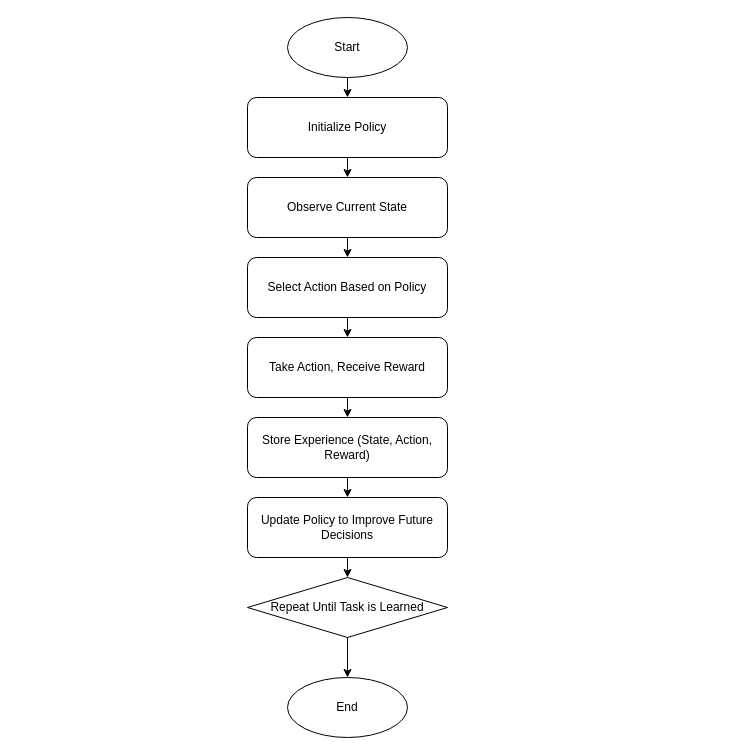
Above: Untitled Diagram.drawio in Dheerajsyz/CS370 (draw.io), before the change. Source tidied: cells renumbered, new cells numbered last; positions are measured from the earlier drawing's top-left corner, leaving out a move shared by most shapes. Both pictures are drawn from the tidied source at 100%, with x=0, y=0 at pixel (247, 17).
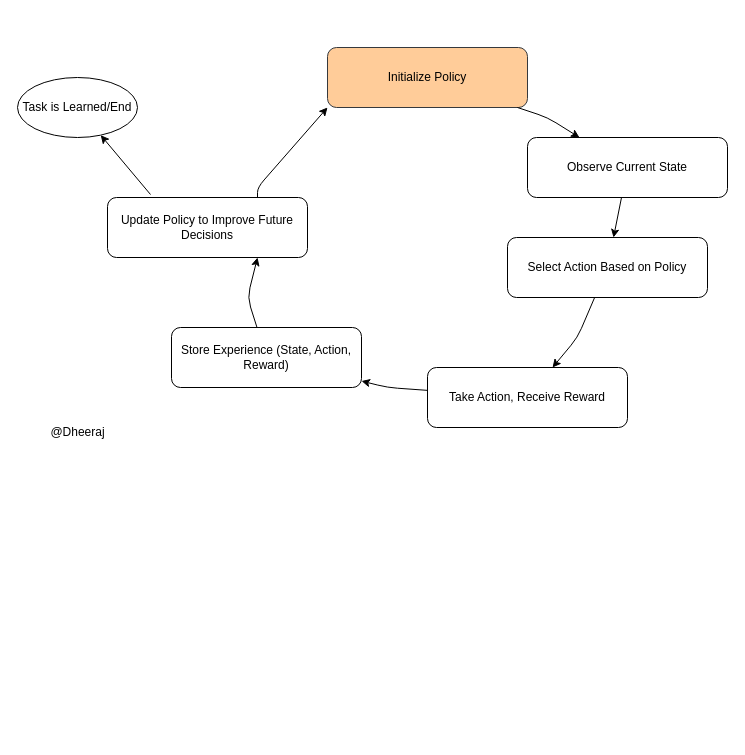
Above is the later version.

Change to the diagram source:
```diff
@@
-    <mxCell id="2" value="Start" style="ellipse;whiteSpace=wrap;html=1;" parent="1" vertex="1">
-      <mxGeometry x="40" width="120" height="60" as="geometry" />
-    </mxCell>
-    <mxCell id="3" value="Initialize Policy" style="rounded=1;whiteSpace=wrap;html=1;" parent="1" vertex="1">
-      <mxGeometry y="80" width="200" height="60" as="geometry" />
+    <mxCell id="3" value="Initialize Policy" style="rounded=1;whiteSpace=wrap;html=1;fillColor=#ffcc99;strokeColor=#36393d;" parent="1" vertex="1">
+      <mxGeometry x="80" y="30" width="200" height="60" as="geometry" />
     </mxCell>
     <mxCell id="4" value="Observe Current State" style="rounded=1;whiteSpace=wrap;html=1;" parent="1" vertex="1">
-      <mxGeometry y="160" width="200" height="60" as="geometry" />
+      <mxGeometry x="280" y="120" width="200" height="60" as="geometry" />
     </mxCell>
     <mxCell id="5" value="Select Action Based on Policy" style="rounded=1;whiteSpace=wrap;html=1;" parent="1" vertex="1">
-      <mxGeometry y="240" width="200" height="60" as="geometry" />
+      <mxGeometry x="260" y="220" width="200" height="60" as="geometry" />
     </mxCell>
     <mxCell id="6" value="Take Action, Receive Reward" style="rounded=1;whiteSpace=wrap;html=1;" parent="1" vertex="1">
-      <mxGeometry y="320" width="200" height="60" as="geometry" />
+      <mxGeometry x="180" y="350" width="200" height="60" as="geometry" />
     </mxCell>
     <mxCell id="7" value="Store Experience (State, Action, Reward)" style="rounded=1;whiteSpace=wrap;html=1;" parent="1" vertex="1">
-      <mxGeometry y="400" width="200" height="60" as="geometry" />
+      <mxGeometry x="-76" y="310" width="190" height="60" as="geometry" />
     </mxCell>
     <mxCell id="8" value="Update Policy to Improve Future Decisions" style="rounded=1;whiteSpace=wrap;html=1;" parent="1" vertex="1">
-      <mxGeometry y="480" width="200" height="60" as="geometry" />
+      <mxGeometry x="-140" y="180" width="200" height="60" as="geometry" />
     </mxCell>
-    <mxCell id="9" value="Repeat Until Task is Learned" style="rhombus;whiteSpace=wrap;html=1;" parent="1" vertex="1">
-      <mxGeometry y="560" width="200" height="60" as="geometry" />
-    </mxCell>
-    <mxCell id="10" value="End" style="ellipse;whiteSpace=wrap;html=1;" parent="1" vertex="1">
-      <mxGeometry x="40" y="660" width="120" height="60" as="geometry" />
+    <mxCell id="10" value="&lt;font&gt;&lt;span style=&quot;text-align: start;&quot;&gt;Task&amp;nbsp;&lt;/span&gt;&lt;span style=&quot;text-align: start;&quot; class=&quot;hljs-keyword&quot;&gt;is&lt;/span&gt;&lt;span style=&quot;text-align: start;&quot;&gt;&amp;nbsp;Learned/&lt;/span&gt;End&lt;/font&gt;" style="ellipse;whiteSpace=wrap;html=1;" parent="1" vertex="1">
+      <mxGeometry x="-230" y="60" width="120" height="60" as="geometry" />
     </mxCell>
-    <mxCell id="11" parent="1" edge="1" source="2" target="3">
-      <mxGeometry relative="1" as="geometry" />
-    </mxCell>
     <mxCell id="12" parent="1" edge="1" source="3" target="4">
-      <mxGeometry relative="1" as="geometry" />
+      <mxGeometry relative="1" as="geometry">
+        <Array as="points">
+          <mxPoint x="300" y="100" />
+        </Array>
+      </mxGeometry>
     </mxCell>
@@
     <mxCell id="14" parent="1" edge="1" source="5" target="6">
-      <mxGeometry relative="1" as="geometry" />
+      <mxGeometry relative="1" as="geometry">
+        <Array as="points">
+          <mxPoint x="330" y="320" />
+        </Array>
+      </mxGeometry>
     </mxCell>
     <mxCell id="15" parent="1" edge="1" source="6" target="7">
-      <mxGeometry relative="1" as="geometry" />
+      <mxGeometry relative="1" as="geometry">
+        <Array as="points">
+          <mxPoint x="140" y="370" />
+        </Array>
+      </mxGeometry>
     </mxCell>
-    <mxCell id="16" parent="1" edge="1" source="7" target="8">
-      <mxGeometry relative="1" as="geometry" />
+    <mxCell id="16" style="entryX=0.75;entryY=1;entryDx=0;entryDy=0;" parent="1" edge="1" source="7" target="8">
+      <mxGeometry relative="1" as="geometry">
+        <Array as="points">
+          <mxPoint y="280" />
+        </Array>
+      </mxGeometry>
     </mxCell>
-    <mxCell id="17" parent="1" edge="1" source="8" target="9">
-      <mxGeometry relative="1" as="geometry" />
+    <mxCell id="17" style="exitX=0.75;exitY=0;exitDx=0;exitDy=0;entryX=0;entryY=1;entryDx=0;entryDy=0;" parent="1" edge="1" source="8" target="3">
+      <mxGeometry relative="1" as="geometry">
+        <Array as="points">
+          <mxPoint x="10" y="170" />
+        </Array>
+      </mxGeometry>
     </mxCell>
-    <mxCell id="18" parent="1" edge="1" source="9" target="10">
+    <mxCell id="18" style="exitX=0.215;exitY=-0.05;exitDx=0;exitDy=0;exitPerimeter=0;" parent="1" edge="1" source="8" target="10">
       <mxGeometry relative="1" as="geometry" />
     </mxCell>
+    <mxCell id="19" value="@Dheeraj" style="text;html=1;align=center;verticalAlign=middle;strokeColor=none;fillColor=none;" parent="1" vertex="1">
+      <mxGeometry x="-210" y="400" width="80" height="30" as="geometry" />
+    </mxCell>
```
